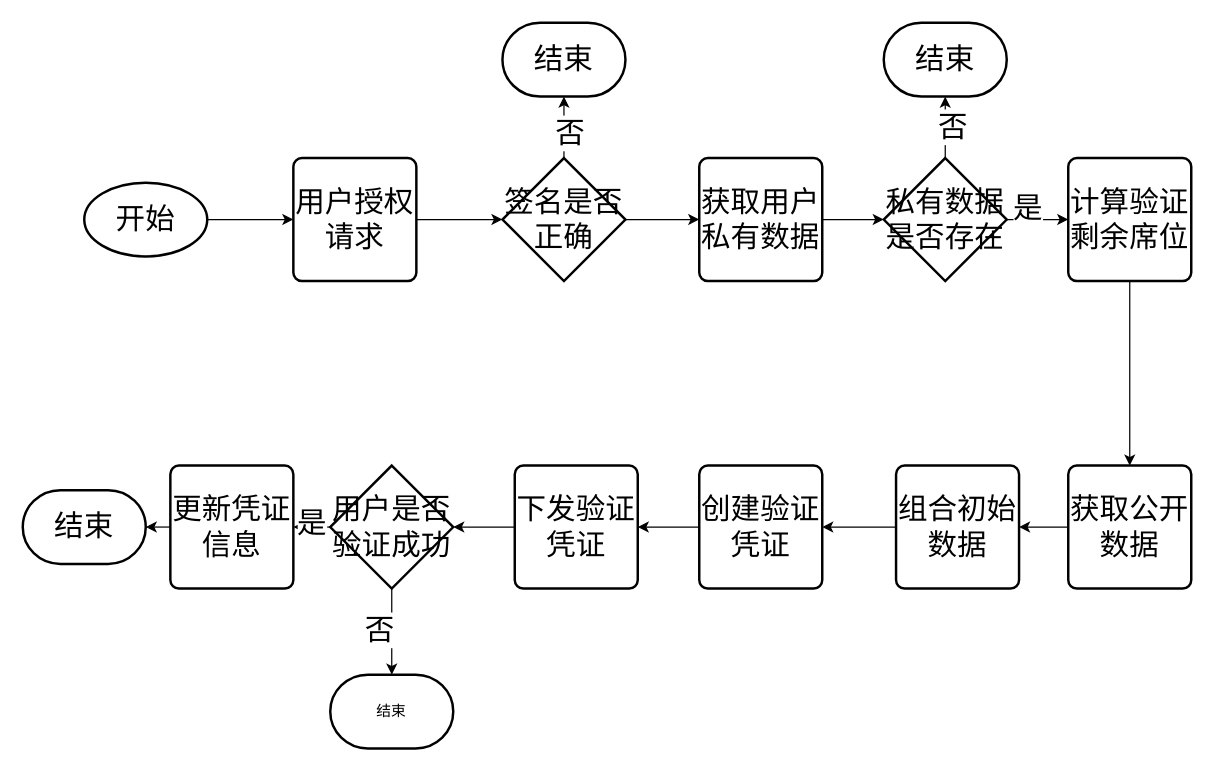
Before: page "验证码流程图" (2 of 11) of 申请流程.drawio in xymtop/draw, a draw.io diagram. Source tidied: cells renumbered, new cells numbered last; positions are measured from the earlier drawing's top-left corner, leaving out a move shared by most shapes. Both pictures are drawn from the tidied source at 123%, with x=0, y=0 at pixel (22, 22).
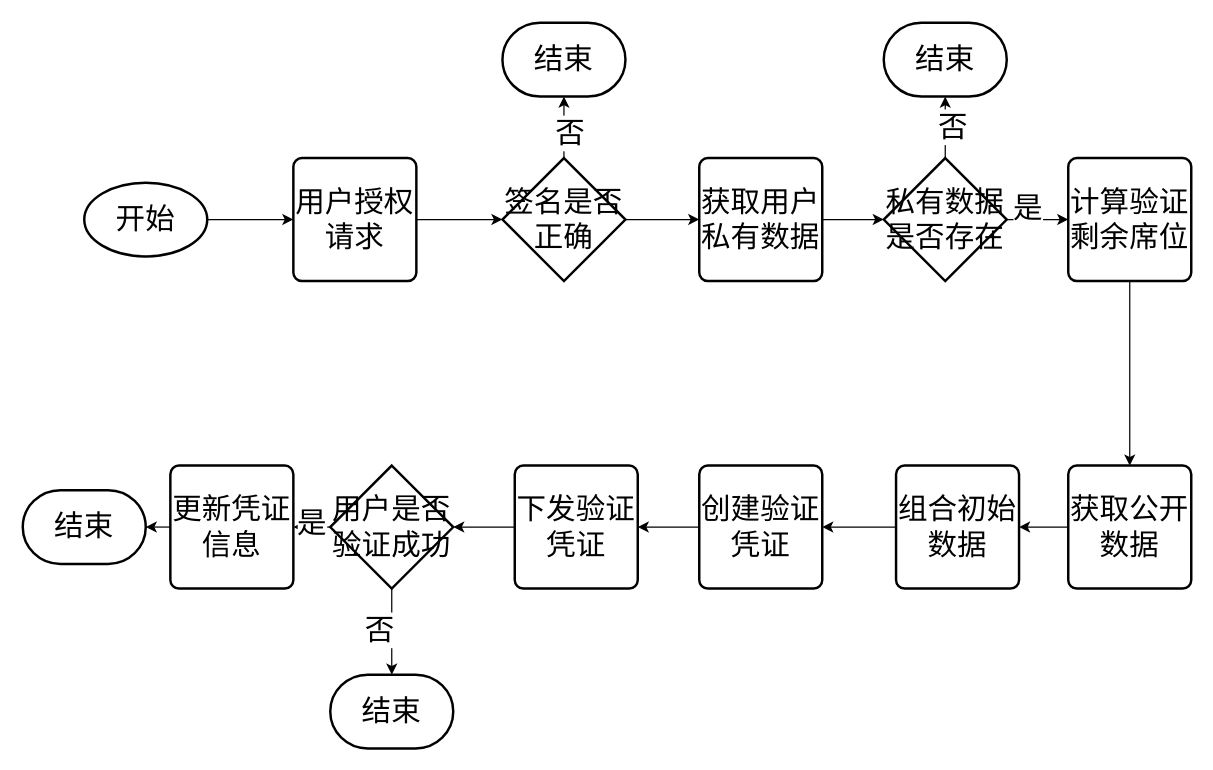
Above is the later version.

Diff of the diagram source:
```diff
@@
-    <mxCell id="34" value="结束" style="strokeWidth=2;html=1;shape=mxgraph.flowchart.terminator;whiteSpace=wrap;" parent="1" vertex="1">
+    <mxCell id="34" value="&lt;font style=&quot;font-size: 24px;&quot;&gt;结束&lt;/font&gt;" style="strokeWidth=2;html=1;shape=mxgraph.flowchart.terminator;whiteSpace=wrap;" parent="1" vertex="1">
       <mxGeometry x="250" y="530" width="100" height="60" as="geometry" />
     </mxCell>
```
